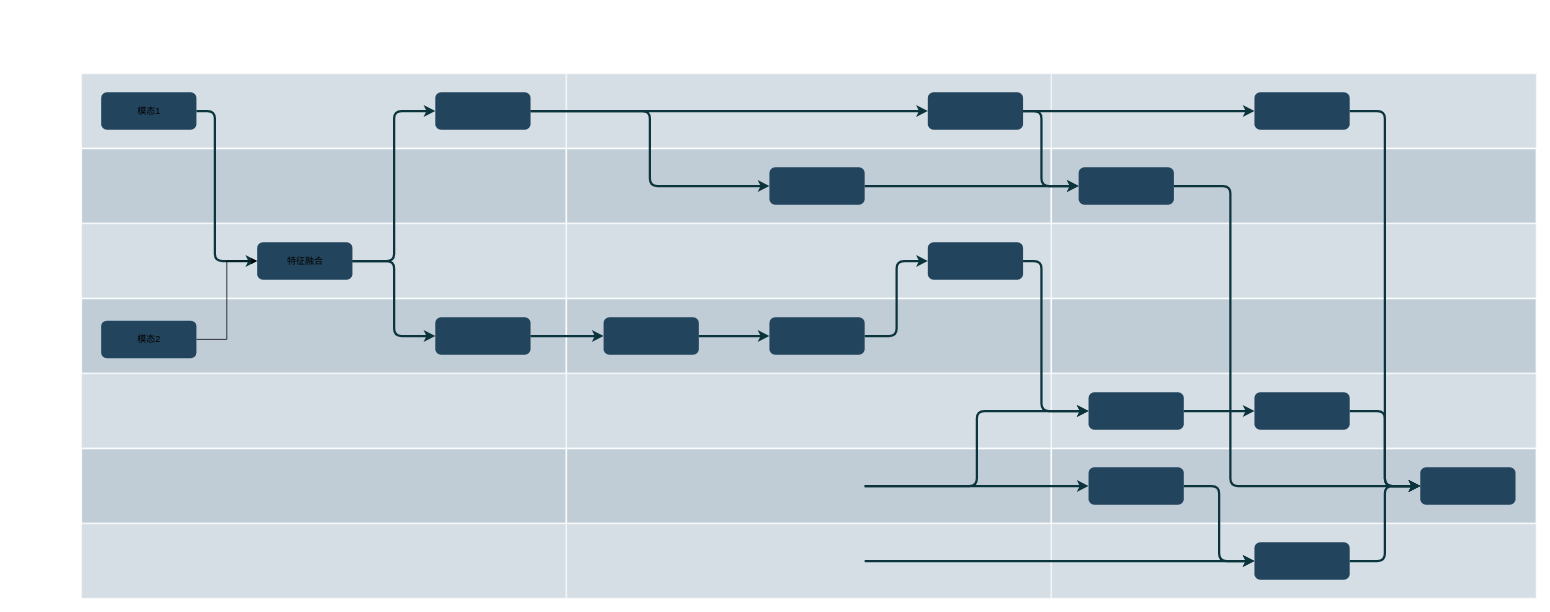
YuanFeis/drowio keeps this draw.io diagram as 多模态.drawio. Above is the earlier version. Source tidied: cells renumbered, new cells numbered last; positions are measured from the earlier drawing's top-left corner, leaving out a move shared by most shapes. Both pictures are drawn from the tidied source at 75%, with x=0, y=0 at pixel (81, 73).
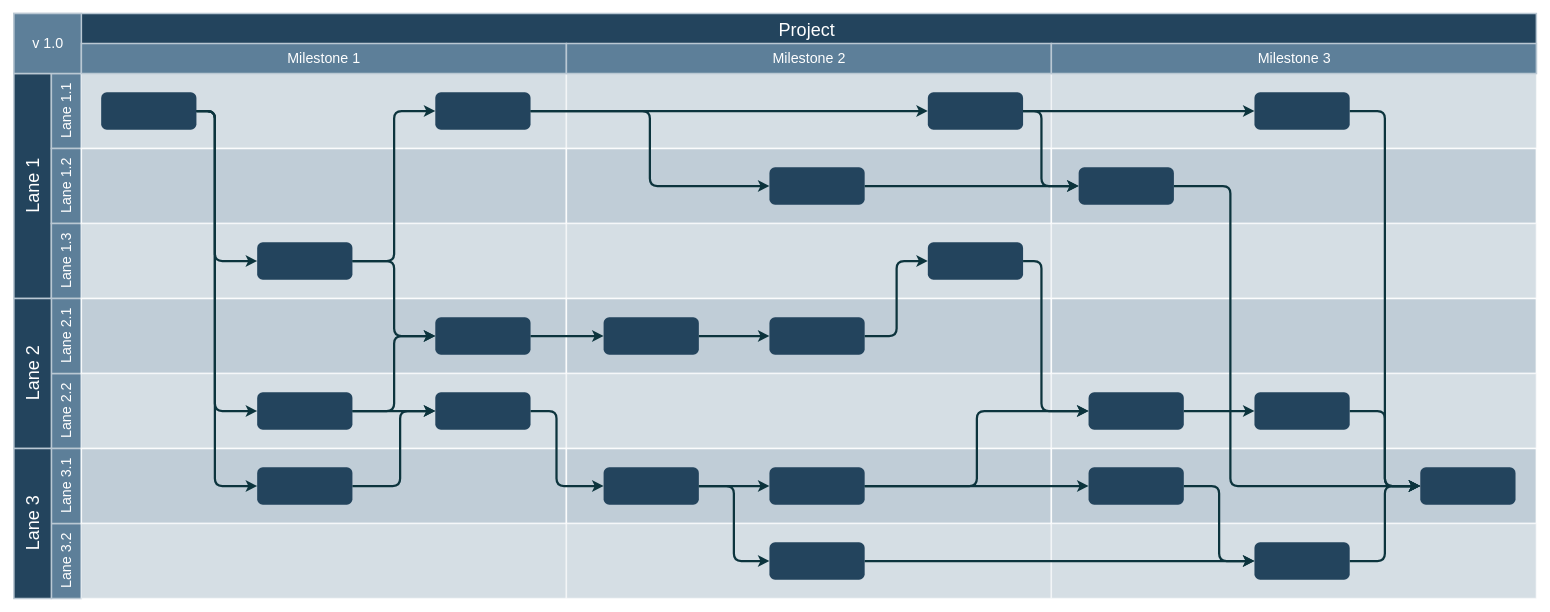
The same diagram, later.

Commit message:
已添加 多模态.drawio

The change refers to these unchanged cells:
```xml
<mxCell id="27" style="rounded=1;fillColor=#23445D;strokeColor=none;strokeWidth=2;fontFamily=Helvetica;html=1;gradientColor=none;" parent="1" vertex="1">
  <mxGeometry x="471.9" y="325.5" width="127" height="50" as="geometry" />
</mxCell>
<mxCell id="34" style="rounded=1;fillColor=#23445D;strokeColor=none;strokeWidth=2;gradientColor=none;fontFamily=Helvetica;html=1;" parent="1" vertex="1">
  <mxGeometry x="1342.9" y="425.5" width="127" height="50" as="geometry" />
</mxCell>
<mxCell id="37" style="rounded=1;fillColor=#23445D;strokeColor=none;strokeWidth=2;gradientColor=none;fontFamily=Helvetica;html=1;" parent="1" vertex="1">
  <mxGeometry x="1342.9" y="525.5" width="127" height="50" as="geometry" />
</mxCell>
<mxCell id="38" style="rounded=1;fillColor=#23445D;strokeColor=none;strokeWidth=2;gradientColor=none;fontFamily=Helvetica;html=1;" parent="1" vertex="1">
  <mxGeometry x="1564.1" y="625.5" width="127" height="50" as="geometry" />
</mxCell>
```

What changed in the source:
```diff
@@
+    <mxCell id="62" value="Project&#10;" style="strokeColor=#BAC8D3;fillColor=#23445D;fontSize=24;strokeWidth=2;fontFamily=Helvetica;html=1;fontColor=#FFFFFF;fontStyle=0;spacingBottom=8;spacingRight=0;spacingLeft=83;" parent="1" vertex="1">
+      <mxGeometry x="-90" y="-79.5" width="2030" height="80" as="geometry" />
+    </mxCell>
+    <mxCell id="63" value="Lane 1" style="strokeColor=#BAC8D3;fillColor=#23445D;fontSize=24;strokeWidth=2;horizontal=0;fontFamily=Helvetica;html=1;fontColor=#FFFFFF;fontStyle=0;" parent="1" vertex="1">
+      <mxGeometry x="-90" y="0.5" width="50" height="300" as="geometry" />
+    </mxCell>
+    <mxCell id="64" value="Lane 1.1" style="strokeColor=#BAC8D3;fillColor=#5d7f99;fontSize=19;strokeWidth=2;horizontal=0;fontFamily=Helvetica;html=1;labelBackgroundColor=none;fontColor=#FFFFFF;" parent="1" vertex="1">
+      <mxGeometry x="-40" y="0.5" width="40" height="100" as="geometry" />
+    </mxCell>
+    <mxCell id="65" value="v 1.0" style="strokeColor=#BAC8D3;fillColor=#5d7f99;fontSize=19;strokeWidth=2;fontFamily=Helvetica;html=1;labelBackgroundColor=none;fontColor=#FFFFFF;" parent="1" vertex="1">
+      <mxGeometry x="-90" y="-79.5" width="90" height="80" as="geometry" />
+    </mxCell>
+    <mxCell id="66" value="Lane 1.2" style="strokeColor=#BAC8D3;fillColor=#5d7f99;fontSize=19;strokeWidth=2;horizontal=0;fontFamily=Helvetica;html=1;labelBackgroundColor=none;fontColor=#FFFFFF;" parent="1" vertex="1">
+      <mxGeometry x="-40" y="100.5" width="40" height="100" as="geometry" />
+    </mxCell>
+    <mxCell id="67" value="Lane 1.3" style="strokeColor=#BAC8D3;fillColor=#5d7f99;fontSize=19;strokeWidth=2;horizontal=0;fontFamily=Helvetica;html=1;labelBackgroundColor=none;fontColor=#FFFFFF;" parent="1" vertex="1">
+      <mxGeometry x="-40" y="200.5" width="40" height="100" as="geometry" />
+    </mxCell>
+    <mxCell id="68" value="Lane 2.2" style="strokeColor=#BAC8D3;fillColor=#5d7f99;fontSize=19;strokeWidth=2;horizontal=0;fontFamily=Helvetica;html=1;labelBackgroundColor=none;fontColor=#FFFFFF;" parent="1" vertex="1">
+      <mxGeometry x="-40" y="400.5" width="40" height="100" as="geometry" />
+    </mxCell>
+    <mxCell id="69" value="Lane 2.1" style="strokeColor=#BAC8D3;fillColor=#5d7f99;fontSize=19;strokeWidth=2;horizontal=0;fontFamily=Helvetica;html=1;labelBackgroundColor=none;fontColor=#FFFFFF;" parent="1" vertex="1">
+      <mxGeometry x="-40" y="300.5" width="40" height="100" as="geometry" />
+    </mxCell>
+    <mxCell id="70" value="Lane 2" style="strokeColor=#BAC8D3;fillColor=#23445D;fontSize=24;strokeWidth=2;horizontal=0;fontFamily=Helvetica;html=1;fontColor=#FFFFFF;fontStyle=0;" parent="1" vertex="1">
+      <mxGeometry x="-90" y="300.5" width="50" height="200" as="geometry" />
+    </mxCell>
+    <mxCell id="71" value="Lane 3.2" style="strokeColor=#BAC8D3;fillColor=#5d7f99;fontSize=19;strokeWidth=2;horizontal=0;fontFamily=Helvetica;html=1;labelBackgroundColor=none;fontColor=#FFFFFF;" parent="1" vertex="1">
+      <mxGeometry x="-40" y="600.5" width="40" height="100" as="geometry" />
+    </mxCell>
+    <mxCell id="72" value="Lane 3.1" style="strokeColor=#BAC8D3;fillColor=#5d7f99;fontSize=19;strokeWidth=2;horizontal=0;fontFamily=Helvetica;html=1;labelBackgroundColor=none;fontColor=#FFFFFF;" parent="1" vertex="1">
+      <mxGeometry x="-40" y="500.5" width="40" height="100" as="geometry" />
+    </mxCell>
+    <mxCell id="73" value="Lane 3" style="strokeColor=#BAC8D3;fillColor=#23445D;fontSize=24;strokeWidth=2;horizontal=0;fontFamily=Helvetica;html=1;fontColor=#FFFFFF;fontStyle=0;" parent="1" vertex="1">
+      <mxGeometry x="-90" y="500.5" width="50" height="200" as="geometry" />
+    </mxCell>
@@
-    <mxCell id="24" value="模态1" style="rounded=1;fillColor=#23445D;strokeColor=none;strokeWidth=2;fontFamily=Helvetica;html=1;gradientColor=none;" parent="1" vertex="1">
+    <mxCell id="24" style="rounded=1;fillColor=#23445D;strokeColor=none;strokeWidth=2;fontFamily=Helvetica;html=1;gradientColor=none;" parent="1" vertex="1">
       <mxGeometry x="26.4" y="25.5" width="127" height="50" as="geometry" />
     </mxCell>
@@
-    <mxCell id="26" value="特征融合" style="rounded=1;fillColor=#23445D;strokeColor=none;strokeWidth=2;fontFamily=Helvetica;html=1;gradientColor=none;" parent="1" vertex="1">
+    <mxCell id="26" style="rounded=1;fillColor=#23445D;strokeColor=none;strokeWidth=2;fontFamily=Helvetica;html=1;gradientColor=none;" parent="1" vertex="1">
       <mxGeometry x="234.4" y="225.5" width="127" height="50" as="geometry" />
     </mxCell>
@@
+    <mxCell id="74" style="rounded=1;fillColor=#23445D;strokeColor=none;strokeWidth=2;fontFamily=Helvetica;html=1;gradientColor=none;" parent="1" vertex="1">
+      <mxGeometry x="471.9" y="425.5" width="127" height="50" as="geometry" />
+    </mxCell>
+    <mxCell id="75" style="rounded=1;fillColor=#23445D;strokeColor=none;strokeWidth=2;fontFamily=Helvetica;html=1;gradientColor=none;" parent="1" vertex="1">
+      <mxGeometry x="234.4" y="525.5" width="127" height="50" as="geometry" />
+    </mxCell>
+    <mxCell id="76" style="rounded=1;fillColor=#23445D;strokeColor=none;strokeWidth=2;fontFamily=Helvetica;html=1;gradientColor=none;" parent="1" vertex="1">
+      <mxGeometry x="234.4" y="425.5" width="127" height="50" as="geometry" />
+    </mxCell>
@@
+    <mxCell id="77" style="rounded=1;fillColor=#23445D;strokeColor=none;strokeWidth=2;fontFamily=Helvetica;html=1;gradientColor=none;" parent="1" vertex="1">
+      <mxGeometry x="917.4" y="625.5" width="127" height="50" as="geometry" />
+    </mxCell>
+    <mxCell id="78" style="rounded=1;fillColor=#23445D;strokeColor=none;strokeWidth=2;fontFamily=Helvetica;html=1;gradientColor=none;" parent="1" vertex="1">
+      <mxGeometry x="696.3" y="525.5" width="127" height="50" as="geometry" />
+    </mxCell>
+    <mxCell id="79" style="rounded=1;fillColor=#23445D;strokeColor=none;strokeWidth=2;fontFamily=Helvetica;html=1;gradientColor=none;" parent="1" vertex="1">
+      <mxGeometry x="917.4" y="525.5" width="127" height="50" as="geometry" />
+    </mxCell>
@@
+    <mxCell id="80" style="edgeStyle=elbowEdgeStyle;elbow=horizontal;strokeWidth=3;strokeColor=#0C343D;fontFamily=Helvetica;html=1;" parent="1" edge="1" source="24" target="76">
+      <mxGeometry x="6.4" y="830.5" as="geometry">
+        <Array as="points">
+          <mxPoint x="178" y="263.5" />
+        </Array>
+      </mxGeometry>
+    </mxCell>
+    <mxCell id="81" style="edgeStyle=elbowEdgeStyle;elbow=horizontal;strokeWidth=3;strokeColor=#0C343D;fontFamily=Helvetica;html=1;" parent="1" edge="1" source="24" target="75">
+      <mxGeometry x="6.4" y="830.5" as="geometry">
+        <Array as="points">
+          <mxPoint x="178" y="172.5" />
+        </Array>
+      </mxGeometry>
+    </mxCell>
@@
+    <mxCell id="82" style="edgeStyle=elbowEdgeStyle;elbow=horizontal;strokeWidth=3;strokeColor=#0C343D;fontFamily=Helvetica;html=1;" parent="1" edge="1" source="76" target="27">
+      <mxGeometry x="6.4" y="830.5" as="geometry" />
+    </mxCell>
+    <mxCell id="83" style="edgeStyle=elbowEdgeStyle;elbow=horizontal;strokeWidth=3;strokeColor=#0C343D;fontFamily=Helvetica;html=1;" parent="1" edge="1" source="76" target="74">
+      <mxGeometry x="6.4" y="830.5" as="geometry" />
+    </mxCell>
+    <mxCell id="84" style="edgeStyle=elbowEdgeStyle;elbow=horizontal;strokeWidth=3;strokeColor=#0C343D;fontFamily=Helvetica;html=1;" parent="1" edge="1" source="75" target="74">
+      <mxGeometry x="6.4" y="830.5" as="geometry">
+        <Array as="points">
+          <mxPoint x="425" y="504.5" />
+        </Array>
+      </mxGeometry>
+    </mxCell>
@@
+    <mxCell id="85" style="edgeStyle=elbowEdgeStyle;elbow=horizontal;strokeWidth=3;strokeColor=#0C343D;fontFamily=Helvetica;html=1;" parent="1" edge="1" source="74" target="78">
+      <mxGeometry x="6.4" y="830.5" as="geometry">
+        <Array as="points">
+          <mxPoint x="633.5" y="500.5" />
+        </Array>
+      </mxGeometry>
+    </mxCell>
+    <mxCell id="86" style="edgeStyle=elbowEdgeStyle;elbow=horizontal;strokeWidth=3;strokeColor=#0C343D;fontFamily=Helvetica;html=1;" parent="1" edge="1" source="78" target="79">
+      <mxGeometry x="6.4" y="830.5" as="geometry" />
+    </mxCell>
+    <mxCell id="87" style="edgeStyle=elbowEdgeStyle;elbow=horizontal;strokeWidth=3;strokeColor=#0C343D;fontFamily=Helvetica;html=1;" parent="1" edge="1" source="78" target="77">
+      <mxGeometry x="6.4" y="830.5" as="geometry" />
+    </mxCell>
-    <mxCell id="46" style="edgeStyle=elbowEdgeStyle;elbow=horizontal;strokeWidth=3;strokeColor=#0C343D;fontFamily=Helvetica;html=1;" parent="1" edge="1" target="38">
-      <mxGeometry x="6.4" y="830.5" as="geometry">
-        <mxPoint x="1044.4" y="650.5" as="sourcePoint" />
-      </mxGeometry>
+    <mxCell id="46" style="edgeStyle=elbowEdgeStyle;elbow=horizontal;strokeWidth=3;strokeColor=#0C343D;fontFamily=Helvetica;html=1;" parent="1" edge="1" source="77" target="38">
+      <mxGeometry x="6.4" y="830.5" as="geometry" />
     </mxCell>
@@
-    <mxCell id="50" style="edgeStyle=elbowEdgeStyle;elbow=horizontal;strokeWidth=3;strokeColor=#0C343D;fontFamily=Helvetica;html=1;" parent="1" edge="1" target="34">
-      <mxGeometry x="6.4" y="830.5" as="geometry">
-        <mxPoint x="1044.4" y="550.5" as="sourcePoint" />
-      </mxGeometry>
+    <mxCell id="50" style="edgeStyle=elbowEdgeStyle;elbow=horizontal;strokeWidth=3;strokeColor=#0C343D;fontFamily=Helvetica;html=1;" parent="1" edge="1" source="79" target="34">
+      <mxGeometry x="6.4" y="830.5" as="geometry" />
     </mxCell>
-    <mxCell id="51" style="edgeStyle=elbowEdgeStyle;elbow=horizontal;strokeWidth=3;strokeColor=#0C343D;fontFamily=Helvetica;html=1;" parent="1" edge="1" target="37">
-      <mxGeometry x="6.4" y="830.5" as="geometry">
-        <mxPoint x="1044.4" y="550.5" as="sourcePoint" />
-      </mxGeometry>
+    <mxCell id="51" style="edgeStyle=elbowEdgeStyle;elbow=horizontal;strokeWidth=3;strokeColor=#0C343D;fontFamily=Helvetica;html=1;" parent="1" edge="1" source="79" target="37">
+      <mxGeometry x="6.4" y="830.5" as="geometry" />
     </mxCell>
@@
-    <mxCell id="60" style="edgeStyle=orthogonalEdgeStyle;rounded=0;jettySize=auto;html=1;exitX=1;exitY=0.5;exitDx=0;exitDy=0;entryX=0;entryY=0.5;entryDx=0;entryDy=0;" parent="1" edge="1" source="61" target="26">
-      <mxGeometry relative="1" as="geometry" />
-    </mxCell>
-    <mxCell id="61" value="模态2" style="rounded=1;fillColor=#23445D;strokeColor=none;strokeWidth=2;fontFamily=Helvetica;html=1;gradientColor=none;" parent="1" vertex="1">
-      <mxGeometry x="26.4" y="330" width="127" height="50" as="geometry" />
-    </mxCell>
+    <mxCell id="88" style="group;" parent="1" vertex="1">
+      <mxGeometry y="-39.5" width="646.7" height="40" as="geometry" />
+    </mxCell>
+    <mxCell id="89" value="Milestone 1" style="strokeColor=#BAC8D3;fillColor=#5d7f99;fontSize=19;strokeWidth=2;fontFamily=Helvetica;html=1;labelBackgroundColor=none;fontColor=#FFFFFF;" parent="88" vertex="1">
+      <mxGeometry width="646.7" height="40" as="geometry" />
+    </mxCell>
+    <mxCell id="90" value="Milestone 2" style="strokeColor=#BAC8D3;fillColor=#5d7f99;fontSize=19;strokeWidth=2;fontFamily=Helvetica;html=1;labelBackgroundColor=none;fontColor=#FFFFFF;" parent="88" vertex="1">
+      <mxGeometry x="646.7" width="646.7" height="40" as="geometry" />
+    </mxCell>
+    <mxCell id="91" value="Milestone 3" style="strokeColor=#BAC8D3;fillColor=#5d7f99;fontSize=19;strokeWidth=2;fontFamily=Helvetica;html=1;labelBackgroundColor=none;fontColor=#FFFFFF;" parent="88" vertex="1">
+      <mxGeometry x="1293.3" width="646.7" height="40" as="geometry" />
+    </mxCell>
```
